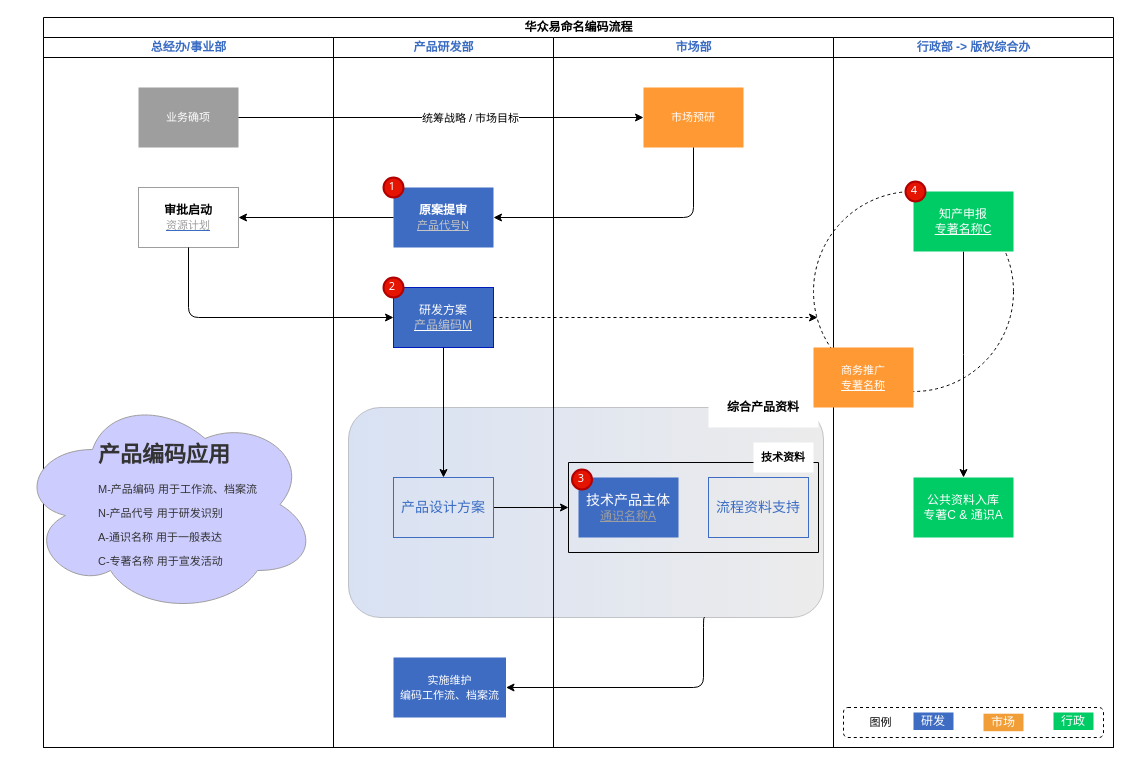
Earlier version of the draw.io diagram 产品管理/产品编码流程管理.drawio (LeanderChen/itpm.draw.io). Source tidied: cells renumbered, new cells numbered last; positions are measured from the earlier drawing's top-left corner, leaving out a move shared by most shapes. Both pictures are drawn from the tidied source at 100%, with x=0, y=0 at pixel (17, 17).
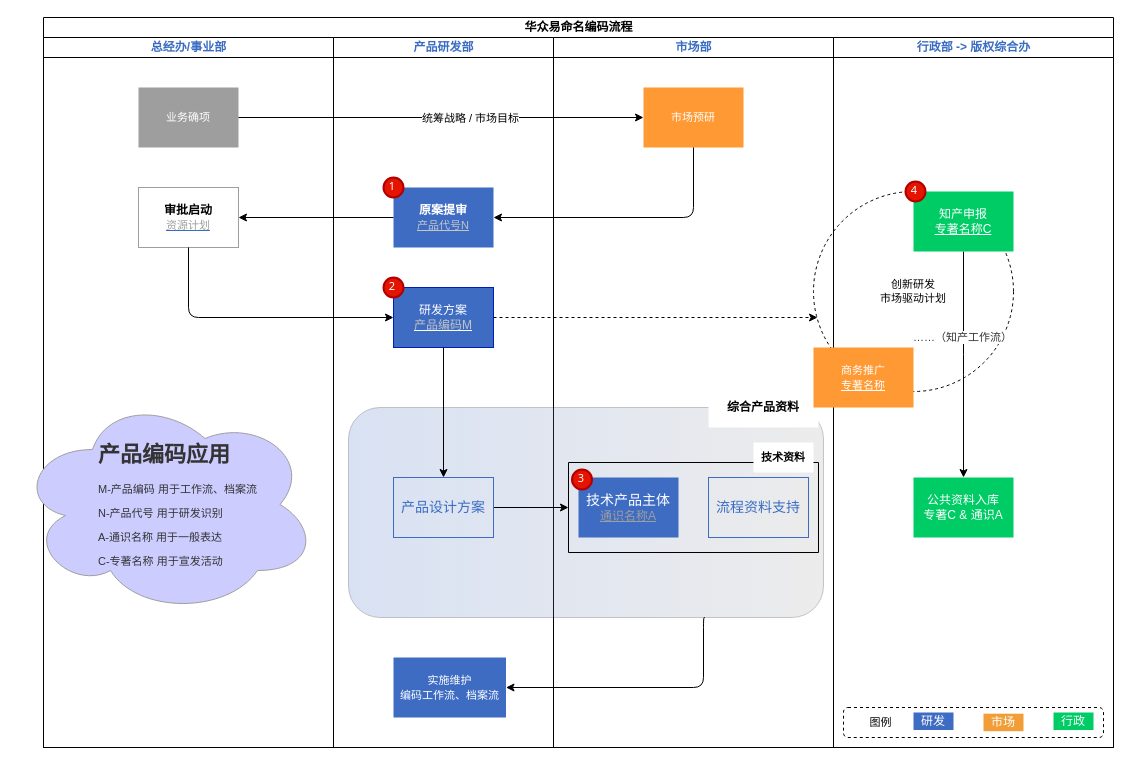
The same diagram, later.

Commit message:
upd product-code flow

Unchanged cells that the change refers to:
```xml
<mxCell id="28" value="行政部 -&amp;gt; 版权综合办" style="swimlane;startSize=20;html=1;fontColor=#3A6CC3;" parent="2" vertex="1">
  <mxGeometry x="790" y="20" width="280" height="710" as="geometry" />
</mxCell>
<mxCell id="33" style="edgeStyle=elbowEdgeStyle;html=1;exitX=0.5;exitY=1;exitDx=0;exitDy=0;entryX=0.5;entryY=0;entryDx=0;entryDy=0;fontSize=11;fontColor=#9F9E9E;" parent="28" edge="1" source="34" target="36">
  <mxGeometry relative="1" as="geometry" />
</mxCell>
```

What changed in the source:
```diff
@@
-    <mxCell id="32" style="ellipse;whiteSpace=wrap;html=1;rounded=1;shadow=0;glass=1;labelBackgroundColor=#ffffff;sketch=0;strokeColor=default;fontSize=11;fontColor=#000000;fillColor=none;gradientColor=none;dashed=1;" parent="28" vertex="1">
+    <mxCell id="32" value="创新研发&lt;br&gt;市场驱动计划" style="ellipse;whiteSpace=wrap;html=1;rounded=1;shadow=0;glass=1;labelBackgroundColor=#ffffff;sketch=0;strokeColor=default;fontSize=11;fontColor=#000000;fillColor=none;gradientColor=none;dashed=1;" parent="28" vertex="1">
       <mxGeometry x="-20" y="154" width="200" height="200" as="geometry" />
     </mxCell>
@@
+    <mxCell id="46" value="……（知产工作流）" style="edgeLabel;html=1;align=center;verticalAlign=middle;fontSize=11;fontColor=#333333;" parent="33" vertex="1">
+      <mxGeometry x="-0.25" y="-2" relative="1" as="geometry" />
+    </mxCell>
```
